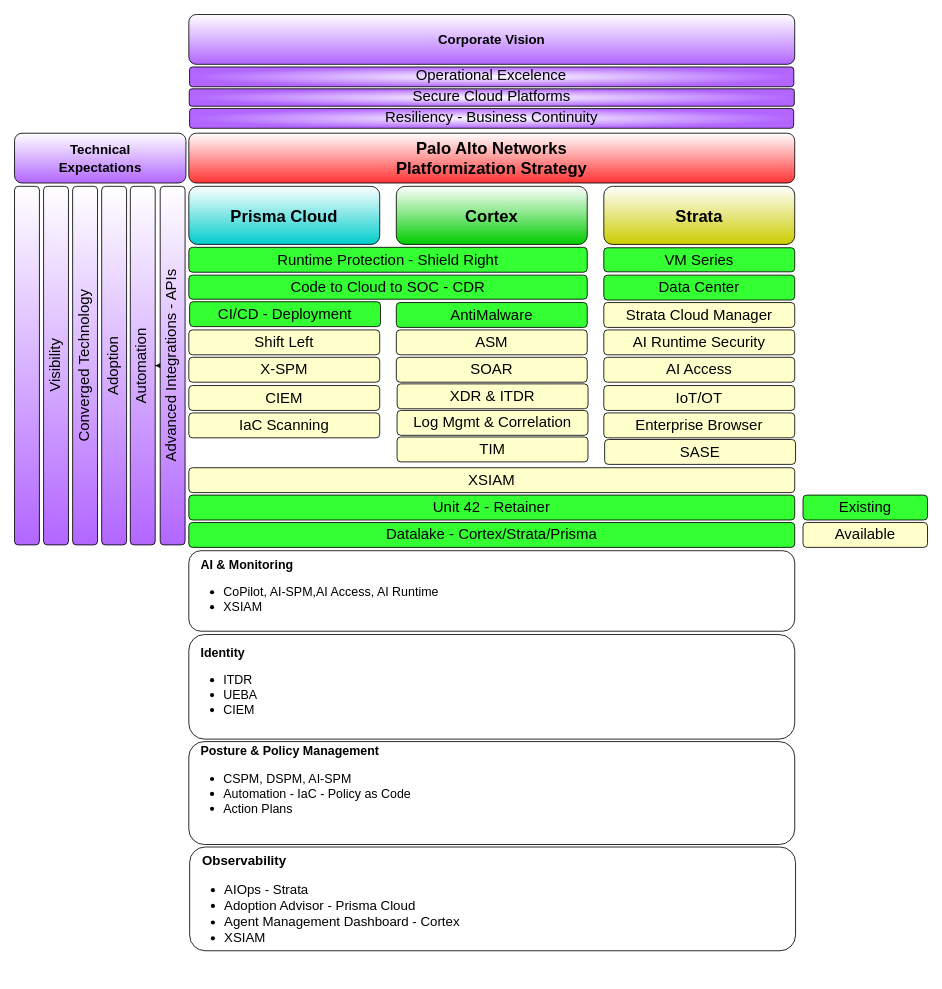
lcastrose/architecture keeps this draw.io diagram as page "Long Term" (2 of 3) of BanColombia.drawio. Above is the earlier version. Source tidied: cells renumbered, new cells numbered last; positions are measured from the earlier drawing's top-left corner, leaving out a move shared by most shapes. Both pictures are drawn from the tidied source at 83%, with x=0, y=0 at pixel (14, -226).
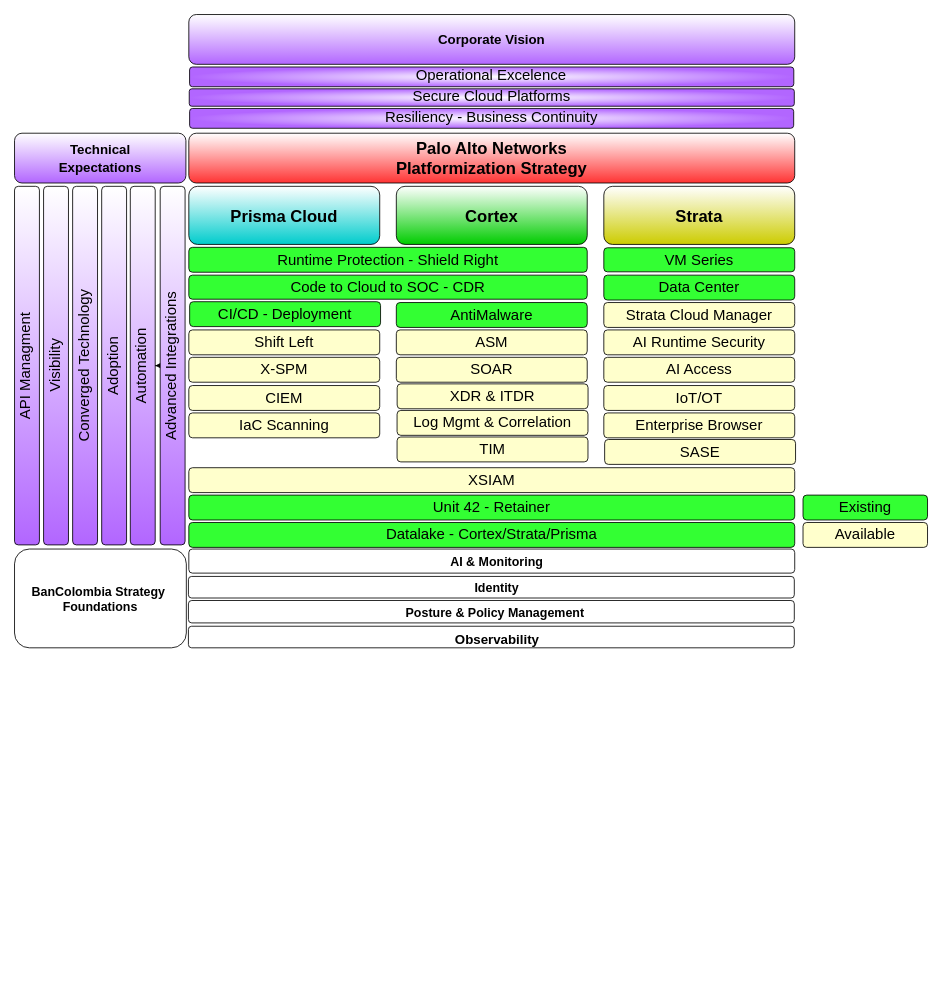
Above is the later version.

The edit, as a diff of the source:
```diff
@@
-    <mxCell id="6" value="&lt;b&gt;&amp;nbsp; &amp;nbsp;AI &amp;amp; Monitoring&lt;/b&gt;&lt;div&gt;&lt;ul&gt;&lt;li&gt;CoPilot, AI-SPM,AI Access, AI Runtime&lt;/li&gt;&lt;li&gt;XSIAM&lt;/li&gt;&lt;/ul&gt;&lt;/div&gt;" style="rounded=1;whiteSpace=wrap;html=1;fontSize=15;align=left;" parent="1" vertex="1">
-      <mxGeometry x="210" y="935" width="730" height="97" as="geometry" />
-    </mxCell>
-    <mxCell id="7" value="&lt;b&gt;&amp;nbsp; &amp;nbsp;Identity&lt;/b&gt;&lt;div&gt;&lt;ul&gt;&lt;li&gt;ITDR&lt;/li&gt;&lt;li&gt;UEBA&lt;/li&gt;&lt;li&gt;CIEM&lt;/li&gt;&lt;/ul&gt;&lt;/div&gt;" style="rounded=1;whiteSpace=wrap;html=1;fontSize=15;align=left;" parent="1" vertex="1">
-      <mxGeometry x="210" y="1036" width="730" height="126" as="geometry" />
-    </mxCell>
-    <mxCell id="8" value="&lt;b&gt;&amp;nbsp; &amp;nbsp;Posture &amp;amp; Policy Management&lt;/b&gt;&lt;div&gt;&lt;ul&gt;&lt;li&gt;CSPM, DSPM, AI-SPM&lt;/li&gt;&lt;li&gt;Automation - IaC - Policy as Code&lt;/li&gt;&lt;li&gt;Action Plans&lt;/li&gt;&lt;/ul&gt;&lt;div&gt;&lt;b&gt;&lt;br&gt;&lt;/b&gt;&lt;/div&gt;&lt;/div&gt;" style="rounded=1;whiteSpace=wrap;html=1;fontSize=15;align=left;" parent="1" vertex="1">
-      <mxGeometry x="210" y="1165" width="730" height="124" as="geometry" />
-    </mxCell>
-    <mxCell id="9" value="&lt;b&gt;&amp;nbsp; &amp;nbsp;Observability&lt;/b&gt;&lt;div&gt;&lt;ul&gt;&lt;li&gt;AIOps - Strata&lt;/li&gt;&lt;li&gt;Adoption Advisor - Prisma Cloud&lt;/li&gt;&lt;li&gt;Agent Management Dashboard - Cortex&lt;/li&gt;&lt;li&gt;XSIAM&lt;/li&gt;&lt;/ul&gt;&lt;/div&gt;&lt;div&gt;&lt;br&gt;&lt;/div&gt;" style="rounded=1;whiteSpace=wrap;html=1;fontSize=16;align=left;verticalAlign=top;" parent="1" vertex="1">
-      <mxGeometry x="211" y="1292" width="730" height="125" as="geometry" />
-    </mxCell>
@@
-    <mxCell id="12" value="Advanced Integrations - APIs" style="rounded=1;whiteSpace=wrap;html=1;rotation=-180;flipV=1;flipH=1;textDirection=vertical-lr;fontSize=18;gradientColor=#B266FF;" parent="1" vertex="1">
+    <mxCell id="12" value="Advanced Integrations" style="rounded=1;whiteSpace=wrap;html=1;rotation=-180;flipV=1;flipH=1;textDirection=vertical-lr;fontSize=18;gradientColor=#B266FF;" parent="1" vertex="1">
       <mxGeometry x="175.5" y="496" width="30" height="432" as="geometry" />
     </mxCell>
@@
-    <mxCell id="42" value="&amp;nbsp;" style="rounded=1;whiteSpace=wrap;html=1;rotation=-180;flipV=1;flipH=1;textDirection=vertical-lr;fontSize=18;gradientColor=#B266FF;" parent="1" vertex="1">
+    <mxCell id="42" value="API Managment" style="rounded=1;whiteSpace=wrap;html=1;rotation=-180;flipV=1;flipH=1;textDirection=vertical-lr;fontSize=18;gradientColor=#B266FF;" parent="1" vertex="1">
       <mxGeometry y="496" width="30" height="432" as="geometry" />
     </mxCell>
@@
+    <mxCell id="48" value="&lt;b&gt;&amp;nbsp; &amp;nbsp;AI &amp;amp; Monitoring&lt;/b&gt;" style="rounded=1;whiteSpace=wrap;html=1;fontSize=15;align=center;" parent="1" vertex="1">
+      <mxGeometry x="210" y="933" width="730" height="29" as="geometry" />
+    </mxCell>
+    <mxCell id="49" value="&lt;b&gt;&amp;nbsp; &amp;nbsp;Identity&lt;/b&gt;" style="rounded=1;whiteSpace=wrap;html=1;fontSize=15;align=center;" parent="1" vertex="1">
+      <mxGeometry x="209.5" y="966" width="730" height="26" as="geometry" />
+    </mxCell>
+    <mxCell id="50" value="&lt;b&gt;&amp;nbsp; Posture &amp;amp; Policy Management&lt;/b&gt;" style="rounded=1;whiteSpace=wrap;html=1;fontSize=15;align=center;" parent="1" vertex="1">
+      <mxGeometry x="209.5" y="995" width="730" height="27" as="geometry" />
+    </mxCell>
+    <mxCell id="51" value="&lt;b&gt;&amp;nbsp; &amp;nbsp;Observability&lt;/b&gt;" style="rounded=1;whiteSpace=wrap;html=1;fontSize=16;align=center;verticalAlign=top;" parent="1" vertex="1">
+      <mxGeometry x="209.5" y="1026" width="730" height="26" as="geometry" />
+    </mxCell>
+    <mxCell id="52" value="BanColombia Strategy&amp;nbsp;&lt;div&gt;Foundations&lt;/div&gt;" style="rounded=1;whiteSpace=wrap;html=1;fontStyle=1;fontSize=15;" parent="1" vertex="1">
+      <mxGeometry y="933" width="207" height="119" as="geometry" />
+    </mxCell>
```
